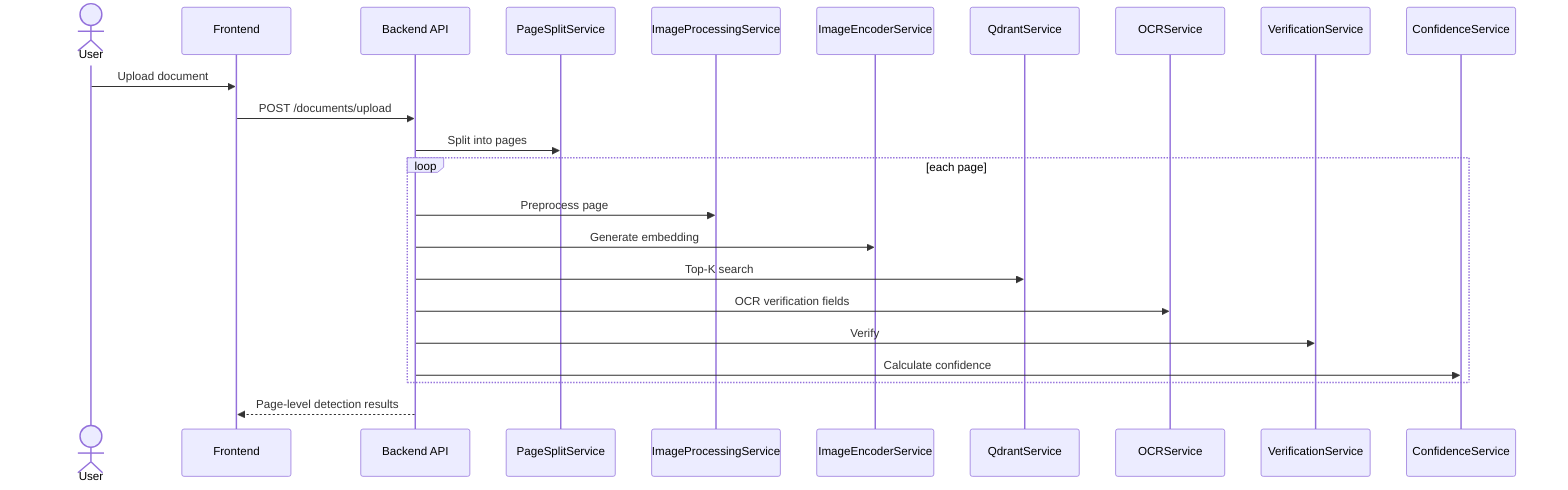
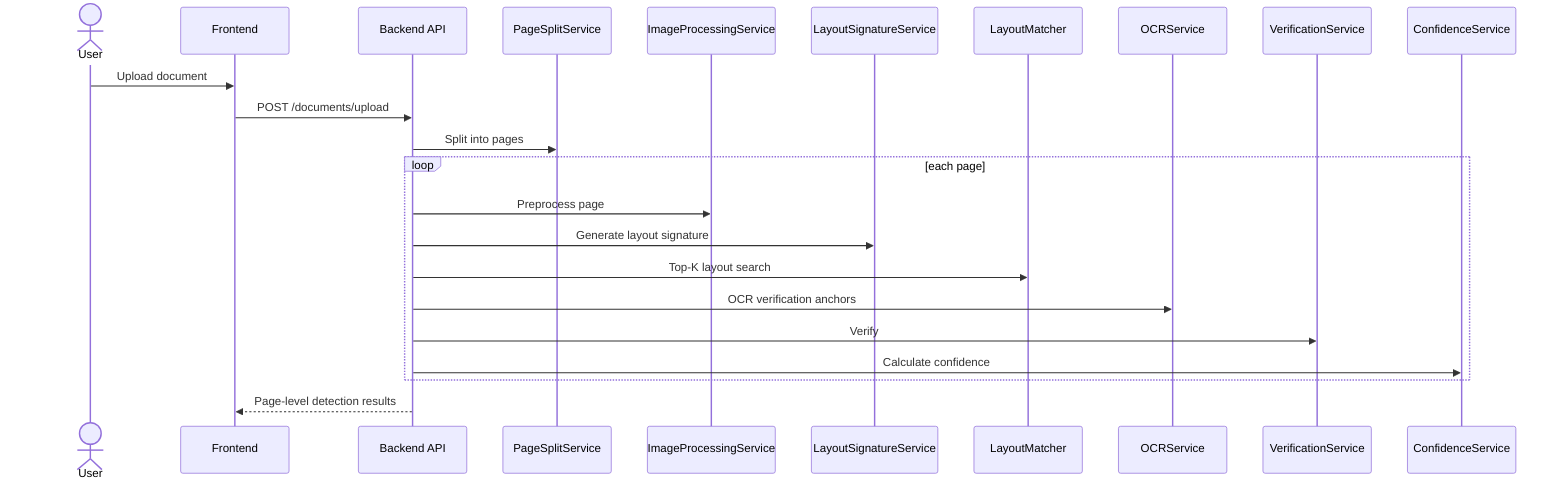
sequenceDiagram
  actor User
  participant FE as Frontend
  participant API as Backend API
  participant SPLIT as PageSplitService
  participant IMG as ImageProcessingService
-   participant ENC as ImageEncoderService
-   participant QD as QdrantService
+   participant SIG as LayoutSignatureService
+   participant MATCH as LayoutMatcher
  participant OCR as OCRService
  participant VER as VerificationService
  participant CONF as ConfidenceService

  User->>FE: Upload document
  FE->>API: POST /documents/upload
  API->>SPLIT: Split into pages
  loop each page
    API->>IMG: Preprocess page
-     API->>ENC: Generate embedding
-     API->>QD: Top-K search
-     API->>OCR: OCR verification fields
+     API->>SIG: Generate layout signature
+     API->>MATCH: Top-K layout search
+     API->>OCR: OCR verification anchors
    API->>VER: Verify
    API->>CONF: Calculate confidence
  end
  API-->>FE: Page-level detection results
